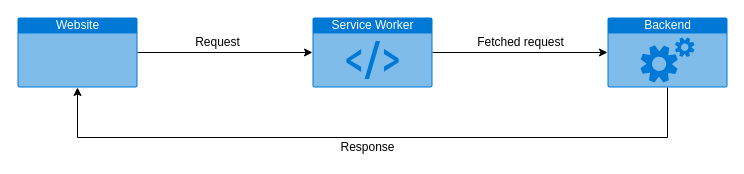
Before: DOCS/imgs/schema_generala.drawio in PaunescuAndrei/PiColo, a draw.io diagram. Source tidied: cells renumbered, new cells numbered last; positions are measured from the earlier drawing's top-left corner, leaving out a move shared by most shapes. Both pictures are drawn from the tidied source at 100%, with x=0, y=0 at pixel (17, 17).
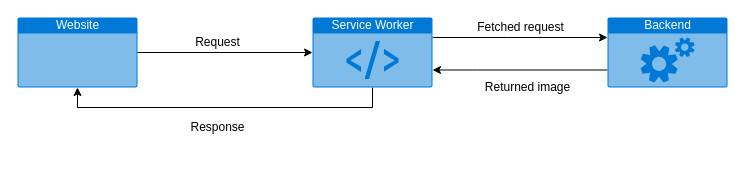
After the change.

Diff of the diagram source:
```diff
@@
 <mxGraphModel>
   <root>
     <mxCell id="0" />
     <mxCell id="1" parent="0" />
     <mxCell id="2" style="edgeStyle=orthogonalEdgeStyle;rounded=0;jettySize=auto;html=1;" parent="1" edge="1" source="3" target="5">
       <mxGeometry relative="1" as="geometry" />
     </mxCell>
     <mxCell id="3" value="Website" style="html=1;strokeColor=none;fillColor=#0079D6;labelPosition=center;verticalLabelPosition=middle;verticalAlign=top;align=center;fontSize=12;outlineConnect=0;spacingTop=-6;fontColor=#FFFFFF;shape=mxgraph.sitemap.page;" parent="1" vertex="1">
       <mxGeometry width="120" height="70" as="geometry" />
     </mxCell>
     <mxCell id="4" style="edgeStyle=orthogonalEdgeStyle;rounded=0;jettySize=auto;html=1;" parent="1" edge="1" source="5" target="7">
-      <mxGeometry relative="1" as="geometry" />
+      <mxGeometry relative="1" as="geometry">
+        <Array as="points">
+          <mxPoint x="490" y="20" />
+          <mxPoint x="490" y="20" />
+        </Array>
+      </mxGeometry>
     </mxCell>
+    <mxCell id="11" style="edgeStyle=orthogonalEdgeStyle;rounded=0;jettySize=auto;html=1;exitX=0;exitY=0.75;exitDx=0;exitDy=0;exitPerimeter=0;" parent="1" edge="1" source="7" target="5">
+      <mxGeometry relative="1" as="geometry">
+        <Array as="points">
+          <mxPoint x="460" y="53" />
+          <mxPoint x="460" y="53" />
+        </Array>
+      </mxGeometry>
+    </mxCell>
+    <mxCell id="12" style="edgeStyle=orthogonalEdgeStyle;rounded=0;jettySize=auto;html=1;entryX=0.5;entryY=1;entryDx=0;entryDy=0;entryPerimeter=0;" parent="1" edge="1" source="5" target="3">
+      <mxGeometry relative="1" as="geometry">
+        <Array as="points">
+          <mxPoint x="355" y="90" />
+          <mxPoint x="60" y="90" />
+        </Array>
+      </mxGeometry>
+    </mxCell>
     <mxCell id="5" value="Service Worker" style="html=1;strokeColor=none;fillColor=#0079D6;labelPosition=center;verticalLabelPosition=middle;verticalAlign=top;align=center;fontSize=12;outlineConnect=0;spacingTop=-6;fontColor=#FFFFFF;shape=mxgraph.sitemap.script;" parent="1" vertex="1">
       <mxGeometry x="295" width="120" height="70" as="geometry" />
     </mxCell>
-    <mxCell id="6" style="edgeStyle=orthogonalEdgeStyle;rounded=0;jettySize=auto;html=1;entryX=0.5;entryY=1;entryDx=0;entryDy=0;entryPerimeter=0;" parent="1" edge="1" source="7" target="3">
-      <mxGeometry relative="1" as="geometry">
-        <Array as="points">
-          <mxPoint x="650" y="120" />
-          <mxPoint x="60" y="120" />
-        </Array>
-      </mxGeometry>
-    </mxCell>
     <mxCell id="7" value="Backend" style="html=1;strokeColor=none;fillColor=#0079D6;labelPosition=center;verticalLabelPosition=middle;verticalAlign=top;align=center;fontSize=12;outlineConnect=0;spacingTop=-6;fontColor=#FFFFFF;shape=mxgraph.sitemap.services;" parent="1" vertex="1">
       <mxGeometry x="590" width="120" height="70" as="geometry" />
     </mxCell>
     <mxCell id="8" value="&lt;div&gt;Request&lt;/div&gt;" style="text;html=1;align=center;verticalAlign=middle;" parent="1" vertex="1">
       <mxGeometry x="170" y="15" width="60" height="20" as="geometry" />
     </mxCell>
     <mxCell id="9" value="&lt;div&gt;Response&lt;/div&gt;" style="text;html=1;align=center;verticalAlign=middle;" parent="1" vertex="1">
-      <mxGeometry x="315" y="120" width="70" height="20" as="geometry" />
+      <mxGeometry x="165" y="100" width="70" height="20" as="geometry" />
     </mxCell>
     <mxCell id="10" value="Fetched request" style="text;html=1;align=center;verticalAlign=middle;" parent="1" vertex="1">
-      <mxGeometry x="452.5" y="15" width="100" height="20" as="geometry" />
+      <mxGeometry x="452.5" width="100" height="20" as="geometry" />
     </mxCell>
+    <mxCell id="13" value="&lt;div&gt;Returned image&lt;/div&gt;" style="text;html=1;align=center;verticalAlign=middle;" parent="1" vertex="1">
+      <mxGeometry x="460" y="60" width="100" height="20" as="geometry" />
+    </mxCell>
   </root>
 </mxGraphModel>
```
